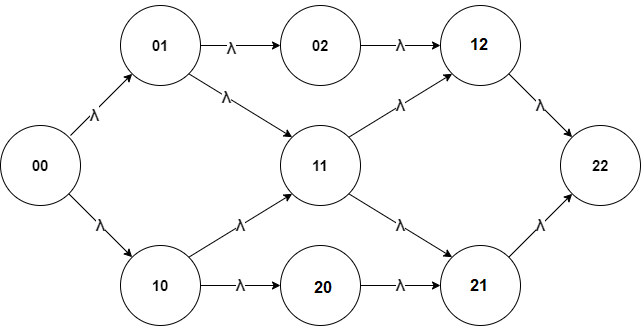
Before: ctmc/imgs/jet_engine.png, a diagram exported from draw.io (cima22/stochastic_modelling_and_simulation). Source tidied: cells renumbered, new cells last; positions are measured from the earlier drawing's top-left corner, leaving out a move shared by most shapes.
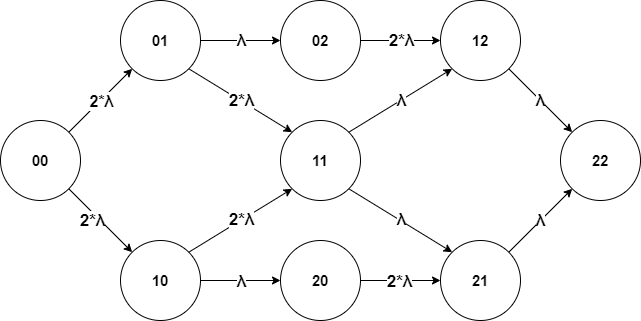
Later version of the same file.

Diff of the diagram source:
```diff
@@ -11,70 +11,119 @@
     <mxCell id="4" value="&lt;font style=&quot;font-size: 15px&quot;&gt;&lt;b&gt;10&lt;/b&gt;&lt;/font&gt;" style="ellipse;whiteSpace=wrap;html=1;" parent="1" vertex="1">
       <mxGeometry x="120" y="240" width="80" height="80" as="geometry" />
     </mxCell>
+    <mxCell id="26" value="&lt;font style=&quot;font-size: 15px&quot;&gt;&lt;b&gt;02&lt;/b&gt;&lt;/font&gt;" style="ellipse;whiteSpace=wrap;html=1;" parent="1" vertex="1">
+      <mxGeometry x="280" width="80" height="80" as="geometry" />
+    </mxCell>
+    <mxCell id="27" value="&lt;font style=&quot;font-size: 15px&quot;&gt;&lt;b&gt;20&lt;/b&gt;&lt;/font&gt;" style="ellipse;whiteSpace=wrap;html=1;" parent="1" vertex="1">
+      <mxGeometry x="280" y="240" width="80" height="80" as="geometry" />
+    </mxCell>
+    <mxCell id="10" value="&lt;font style=&quot;font-size: 15px&quot;&gt;&lt;b&gt;12&lt;/b&gt;&lt;/font&gt;" style="ellipse;whiteSpace=wrap;html=1;" parent="1" vertex="1">
+      <mxGeometry x="440" width="80" height="80" as="geometry" />
+    </mxCell>
+    <mxCell id="9" value="&lt;font style=&quot;font-size: 15px&quot;&gt;&lt;b&gt;21&lt;/b&gt;&lt;/font&gt;" style="ellipse;whiteSpace=wrap;html=1;" parent="1" vertex="1">
+      <mxGeometry x="440" y="240" width="80" height="80" as="geometry" />
+    </mxCell>
+    <mxCell id="8" value="&lt;font style=&quot;font-size: 15px&quot;&gt;&lt;b&gt;22&lt;/b&gt;&lt;/font&gt;" style="ellipse;whiteSpace=wrap;html=1;" parent="1" vertex="1">
+      <mxGeometry x="560" y="120" width="80" height="80" as="geometry" />
+    </mxCell>
     <mxCell id="5" value="&lt;font style=&quot;font-size: 15px&quot;&gt;&lt;b&gt;11&lt;/b&gt;&lt;/font&gt;" style="ellipse;whiteSpace=wrap;html=1;" parent="1" vertex="1">
       <mxGeometry x="280" y="120" width="80" height="80" as="geometry" />
     </mxCell>
-    <mxCell id="6" value="&lt;font style=&quot;font-size: 15px&quot;&gt;&lt;b&gt;02&lt;/b&gt;&lt;/font&gt;" style="ellipse;whiteSpace=wrap;html=1;" parent="1" vertex="1">
-      <mxGeometry x="280" width="80" height="80" as="geometry" />
-    </mxCell>
-    <mxCell id="7" value="&lt;font style=&quot;font-size: 15px&quot;&gt;&lt;b&gt;02&lt;/b&gt;&lt;/font&gt;" style="ellipse;whiteSpace=wrap;html=1;" parent="1" vertex="1">
-      <mxGeometry x="280" y="240" width="80" height="80" as="geometry" />
-    </mxCell>
-    <mxCell id="8" value="&lt;font style=&quot;font-size: 15px&quot;&gt;&lt;b&gt;22&lt;/b&gt;&lt;/font&gt;" style="ellipse;whiteSpace=wrap;html=1;" parent="1" vertex="1">
-      <mxGeometry x="560" y="120" width="80" height="80" as="geometry" />
-    </mxCell>
-    <mxCell id="9" value="&lt;font style=&quot;font-size: 15px&quot;&gt;&lt;b&gt;21&lt;/b&gt;&lt;/font&gt;" style="ellipse;whiteSpace=wrap;html=1;" parent="1" vertex="1">
-      <mxGeometry x="440" width="80" height="80" as="geometry" />
-    </mxCell>
-    <mxCell id="10" value="&lt;font style=&quot;font-size: 15px&quot;&gt;&lt;b&gt;12&lt;/b&gt;&lt;/font&gt;" style="ellipse;whiteSpace=wrap;html=1;" parent="1" vertex="1">
-      <mxGeometry x="440" y="240" width="80" height="80" as="geometry" />
-    </mxCell>
-    <mxCell id="11" style="endArrow=classic;html=1;rounded=0;fontSize=15;entryX=0;entryY=1;entryDx=0;entryDy=0;" parent="1" edge="1" target="3">
-      <mxGeometry relative="1" as="geometry">
-        <mxPoint x="70" y="130" as="sourcePoint" />
-      </mxGeometry>
-    </mxCell>
-    <mxCell id="12" value="&lt;span style=&quot;color: rgb(32 , 33 , 34) ; font-family: sans-serif&quot;&gt;&lt;span title=&quot;Greek-language text&quot;&gt;&lt;span lang=&quot;el&quot;&gt;&lt;font style=&quot;font-size: 16px&quot;&gt;λ&lt;/font&gt;&lt;/span&gt;&lt;/span&gt;&lt;/span&gt;" style="edgeLabel;html=1;align=center;verticalAlign=middle;fontSize=15;fontStyle=1;" parent="11" vertex="1">
-      <mxGeometry x="-0.3" y="-2" relative="1" as="geometry" />
-    </mxCell>
+    <mxCell id="28" style="endArrow=classic;html=1;rounded=0;fontSize=15;exitX=1;exitY=0;exitDx=0;exitDy=0;" parent="1" edge="1" source="2" target="3">
+      <mxGeometry relative="1" as="geometry" />
+    </mxCell>
+    <mxCell id="29" value="&lt;span lang=&quot;el&quot;&gt;&lt;font style=&quot;font-size: 16px&quot;&gt;&lt;b&gt;2*λ&lt;/b&gt;&lt;/font&gt;&lt;/span&gt;" style="edgeLabel;html=1;align=center;verticalAlign=middle;fontSize=15;" parent="28" vertex="1">
+      <mxGeometry x="0.39" y="1" relative="1" as="geometry">
+        <mxPoint x="-12" y="14" as="offset" />
+      </mxGeometry>
+    </mxCell>
+    <mxCell id="30" style="endArrow=classic;html=1;rounded=0;fontSize=15;exitX=1;exitY=0.5;exitDx=0;exitDy=0;entryX=0;entryY=0.5;entryDx=0;entryDy=0;" parent="1" edge="1" source="3" target="26">
+      <mxGeometry relative="1" as="geometry" />
+    </mxCell>
+    <mxCell id="31" value="&lt;span lang=&quot;el&quot;&gt;&lt;b&gt;λ&lt;/b&gt;&lt;/span&gt;" style="edgeLabel;html=1;align=center;verticalAlign=middle;fontSize=17;" parent="30" vertex="1">
+      <mxGeometry x="0.4" y="2" relative="1" as="geometry">
+        <mxPoint x="-16" y="2" as="offset" />
+      </mxGeometry>
+    </mxCell>
+    <mxCell id="32" style="endArrow=classic;html=1;rounded=0;fontSize=15;exitX=1;exitY=0.5;exitDx=0;exitDy=0;entryX=0;entryY=0.5;entryDx=0;entryDy=0;" parent="1" edge="1" source="26" target="10">
+      <mxGeometry relative="1" as="geometry" />
+    </mxCell>
+    <mxCell id="33" value="&lt;span lang=&quot;el&quot;&gt;&lt;b&gt;2*λ&lt;/b&gt;&lt;/span&gt;" style="edgeLabel;html=1;align=center;verticalAlign=middle;fontSize=17;" parent="32" vertex="1">
+      <mxGeometry x="0.53" y="2" relative="1" as="geometry">
+        <mxPoint x="-21" y="2" as="offset" />
+      </mxGeometry>
+    </mxCell>
+    <mxCell id="25" style="endArrow=classic;html=1;rounded=0;fontSize=15;exitX=1;exitY=1;exitDx=0;exitDy=0;" parent="1" edge="1" source="10" target="8">
+      <mxGeometry relative="1" as="geometry" />
+    </mxCell>
+    <mxCell id="34" value="&lt;span lang=&quot;el&quot;&gt;&lt;b&gt;λ&lt;/b&gt;&lt;/span&gt;" style="edgeLabel;html=1;align=center;verticalAlign=middle;fontSize=17;" parent="25" vertex="1">
+      <mxGeometry x="0.36" y="-1" relative="1" as="geometry">
+        <mxPoint x="-11" y="-12" as="offset" />
+      </mxGeometry>
+    </mxCell>
-    <mxCell id="13" value="&#10;&#10;&lt;b style=&quot;font-size: 15px; font-style: normal; letter-spacing: normal; text-indent: 0px; text-transform: none; word-spacing: 0px; color: rgb(32, 33, 34); font-family: sans-serif;&quot;&gt;&lt;span title=&quot;Greek-language text&quot;&gt;&lt;span lang=&quot;el&quot;&gt;&lt;font style=&quot;font-size: 16px&quot;&gt;λ&lt;/font&gt;&lt;/span&gt;&lt;/span&gt;&lt;/b&gt;&#10;&#10;" style="endArrow=classic;html=1;rounded=0;fontSize=15;entryX=0;entryY=0;entryDx=0;entryDy=0;exitX=1;exitY=1;exitDx=0;exitDy=0;" parent="1" edge="1" source="2" target="4">
+    <mxCell id="13" style="endArrow=classic;html=1;rounded=0;fontSize=15;exitX=1;exitY=1;exitDx=0;exitDy=0;" parent="1" edge="1" source="2" target="4">
       <mxGeometry relative="1" as="geometry" />
     </mxCell>
-    <mxCell id="14" style="endArrow=classic;html=1;rounded=0;fontSize=15;entryX=0;entryY=0.5;entryDx=0;entryDy=0;exitX=1;exitY=0.5;exitDx=0;exitDy=0;" parent="1" edge="1" source="3" target="6">
-      <mxGeometry relative="1" as="geometry" />
-    </mxCell>
-    <mxCell id="15" value="&lt;b style=&quot;font-size: 15px ; color: rgb(32 , 33 , 34) ; font-family: sans-serif&quot;&gt;&lt;span title=&quot;Greek-language text&quot;&gt;&lt;span lang=&quot;el&quot;&gt;&lt;font style=&quot;font-size: 16px&quot;&gt;λ&lt;/font&gt;&lt;/span&gt;&lt;/span&gt;&lt;/b&gt;" style="edgeLabel;html=1;align=center;verticalAlign=middle;fontSize=16;" parent="14" vertex="1">
-      <mxGeometry x="-0.25" y="-2" relative="1" as="geometry" />
-    </mxCell>
-    <mxCell id="16" value="&#10;&#10;&lt;b style=&quot;font-size: 15px; font-style: normal; letter-spacing: normal; text-indent: 0px; text-transform: none; word-spacing: 0px; color: rgb(32, 33, 34); font-family: sans-serif;&quot;&gt;&lt;span title=&quot;Greek-language text&quot;&gt;&lt;span lang=&quot;el&quot;&gt;&lt;font style=&quot;font-size: 16px&quot;&gt;λ&lt;/font&gt;&lt;/span&gt;&lt;/span&gt;&lt;/b&gt;&#10;&#10;" style="endArrow=classic;html=1;rounded=0;fontSize=15;entryX=0;entryY=0.5;entryDx=0;entryDy=0;exitX=1;exitY=0.5;exitDx=0;exitDy=0;" parent="1" edge="1" source="4" target="7">
-      <mxGeometry relative="1" as="geometry" />
-    </mxCell>
-    <mxCell id="17" value="&#10;&#10;&lt;b style=&quot;font-size: 15px; font-style: normal; letter-spacing: normal; text-indent: 0px; text-transform: none; word-spacing: 0px; color: rgb(32, 33, 34); font-family: sans-serif;&quot;&gt;&lt;span title=&quot;Greek-language text&quot;&gt;&lt;span lang=&quot;el&quot;&gt;&lt;font style=&quot;font-size: 16px&quot;&gt;λ&lt;/font&gt;&lt;/span&gt;&lt;/span&gt;&lt;/b&gt;&#10;&#10;" style="endArrow=classic;html=1;rounded=0;fontSize=15;entryX=0;entryY=0.5;entryDx=0;entryDy=0;exitX=1;exitY=0.5;exitDx=0;exitDy=0;" parent="1" edge="1" source="6" target="9">
-      <mxGeometry relative="1" as="geometry" />
-    </mxCell>
-    <mxCell id="18" value="&#10;&#10;&lt;b style=&quot;font-size: 15px; font-style: normal; letter-spacing: normal; text-indent: 0px; text-transform: none; word-spacing: 0px; color: rgb(32, 33, 34); font-family: sans-serif;&quot;&gt;&lt;span title=&quot;Greek-language text&quot;&gt;&lt;span lang=&quot;el&quot;&gt;&lt;font style=&quot;font-size: 16px&quot;&gt;λ&lt;/font&gt;&lt;/span&gt;&lt;/span&gt;&lt;/b&gt;&#10;&#10;" style="endArrow=classic;html=1;rounded=0;fontSize=15;entryX=0;entryY=0.5;entryDx=0;entryDy=0;exitX=1;exitY=0.5;exitDx=0;exitDy=0;" parent="1" edge="1" source="7" target="10">
-      <mxGeometry relative="1" as="geometry" />
-    </mxCell>
+    <mxCell id="35" value="&lt;b&gt;2*&lt;span lang=&quot;el&quot;&gt;λ&lt;/span&gt;&lt;/b&gt;" style="edgeLabel;html=1;align=center;verticalAlign=middle;fontSize=17;" parent="13" vertex="1">
+      <mxGeometry x="-0.28" y="1" relative="1" as="geometry">
+        <mxPoint y="10" as="offset" />
+      </mxGeometry>
+    </mxCell>
+    <mxCell id="36" style="endArrow=classic;html=1;rounded=0;fontSize=15;exitX=1;exitY=0.5;exitDx=0;exitDy=0;" parent="1" edge="1" source="4" target="27">
+      <mxGeometry relative="1" as="geometry" />
+    </mxCell>
+    <mxCell id="37" value="&lt;span lang=&quot;el&quot;&gt;&lt;b&gt;λ&lt;/b&gt;&lt;/span&gt;" style="edgeLabel;html=1;align=center;verticalAlign=middle;fontSize=17;" parent="36" vertex="1">
+      <mxGeometry x="-0.28" y="-1" relative="1" as="geometry">
+        <mxPoint x="11" as="offset" />
+      </mxGeometry>
+    </mxCell>
+    <mxCell id="38" style="endArrow=classic;html=1;rounded=0;fontSize=15;exitX=1;exitY=0.5;exitDx=0;exitDy=0;" parent="1" edge="1" source="27" target="9">
+      <mxGeometry relative="1" as="geometry" />
+    </mxCell>
+    <mxCell id="39" value="&lt;span lang=&quot;el&quot;&gt;&lt;b&gt;2*λ&lt;/b&gt;&lt;/span&gt;" style="edgeLabel;html=1;align=center;verticalAlign=middle;fontSize=17;" parent="38" vertex="1">
+      <mxGeometry x="-0.4" y="-5" relative="1" as="geometry">
+        <mxPoint x="14" y="-4" as="offset" />
+      </mxGeometry>
+    </mxCell>
+    <mxCell id="24" style="endArrow=classic;html=1;rounded=0;fontSize=15;exitX=1;exitY=0;exitDx=0;exitDy=0;entryX=0;entryY=1;entryDx=0;entryDy=0;" parent="1" edge="1" source="9" target="8">
+      <mxGeometry relative="1" as="geometry" />
+    </mxCell>
+    <mxCell id="40" value="&lt;span lang=&quot;el&quot;&gt;&lt;b&gt;λ&lt;/b&gt;&lt;/span&gt;" style="edgeLabel;html=1;align=center;verticalAlign=middle;fontSize=17;" parent="24" vertex="1">
+      <mxGeometry x="0.35" relative="1" as="geometry">
+        <mxPoint x="-11" y="11" as="offset" />
+      </mxGeometry>
+    </mxCell>
-    <mxCell id="19" style="endArrow=classic;html=1;rounded=0;fontSize=15;entryX=0;entryY=0;entryDx=0;entryDy=0;exitX=1;exitY=1;exitDx=0;exitDy=0;" parent="1" edge="1" source="3" target="5">
+    <mxCell id="19" style="endArrow=classic;html=1;rounded=0;fontSize=15;exitX=1;exitY=1;exitDx=0;exitDy=0;entryX=0;entryY=0;entryDx=0;entryDy=0;" parent="1" edge="1" source="3" target="5">
       <mxGeometry relative="1" as="geometry" />
     </mxCell>
-    <mxCell id="20" value="&lt;b style=&quot;font-size: 15px ; color: rgb(32 , 33 , 34) ; font-family: sans-serif&quot;&gt;&lt;span title=&quot;Greek-language text&quot;&gt;&lt;span lang=&quot;el&quot;&gt;&lt;font style=&quot;font-size: 16px&quot;&gt;λ&lt;/font&gt;&lt;/span&gt;&lt;/span&gt;&lt;/b&gt;" style="edgeLabel;html=1;align=center;verticalAlign=middle;fontSize=16;" parent="19" vertex="1">
-      <mxGeometry x="-0.27" relative="1" as="geometry" />
-    </mxCell>
+    <mxCell id="41" value="&lt;span lang=&quot;el&quot;&gt;&lt;b&gt;2*λ&lt;/b&gt;&lt;/span&gt;" style="edgeLabel;html=1;align=center;verticalAlign=middle;fontSize=17;" parent="19" vertex="1">
+      <mxGeometry x="-0.23" y="2" relative="1" as="geometry">
+        <mxPoint x="11" y="9" as="offset" />
+      </mxGeometry>
+    </mxCell>
-    <mxCell id="21" value="&#10;&#10;&lt;b style=&quot;font-size: 15px; font-style: normal; letter-spacing: normal; text-indent: 0px; text-transform: none; word-spacing: 0px; color: rgb(32, 33, 34); font-family: sans-serif;&quot;&gt;&lt;span title=&quot;Greek-language text&quot;&gt;&lt;span lang=&quot;el&quot;&gt;&lt;font style=&quot;font-size: 16px&quot;&gt;λ&lt;/font&gt;&lt;/span&gt;&lt;/span&gt;&lt;/b&gt;&#10;&#10;" style="endArrow=classic;html=1;rounded=0;fontSize=15;entryX=0;entryY=1;entryDx=0;entryDy=0;exitX=1;exitY=0;exitDx=0;exitDy=0;" parent="1" edge="1" source="4" target="5">
+    <mxCell id="21" style="endArrow=classic;html=1;rounded=0;fontSize=15;exitX=1;exitY=0;exitDx=0;exitDy=0;entryX=0;entryY=1;entryDx=0;entryDy=0;" parent="1" edge="1" source="4" target="5">
       <mxGeometry relative="1" as="geometry" />
     </mxCell>
+    <mxCell id="42" value="&lt;b&gt;2*&lt;span lang=&quot;el&quot;&gt;λ&lt;/span&gt;&lt;/b&gt;" style="edgeLabel;html=1;align=center;verticalAlign=middle;fontSize=17;" parent="21" vertex="1">
+      <mxGeometry x="0.25" relative="1" as="geometry">
+        <mxPoint x="-13" y="8" as="offset" />
+      </mxGeometry>
+    </mxCell>
+    <mxCell id="23" style="endArrow=classic;html=1;rounded=0;fontSize=15;exitX=1;exitY=0;exitDx=0;exitDy=0;entryX=0;entryY=1;entryDx=0;entryDy=0;" parent="1" edge="1" source="5" target="10">
+      <mxGeometry relative="1" as="geometry" />
+    </mxCell>
+    <mxCell id="43" value="&lt;span lang=&quot;el&quot;&gt;&lt;b&gt;λ&lt;/b&gt;&lt;/span&gt;" style="edgeLabel;html=1;align=center;verticalAlign=middle;fontSize=17;" parent="23" vertex="1">
+      <mxGeometry x="0.21" relative="1" as="geometry">
+        <mxPoint x="-11" y="7" as="offset" />
+      </mxGeometry>
+    </mxCell>
-    <mxCell id="22" value="&#10;&#10;&lt;b style=&quot;font-size: 15px; font-style: normal; letter-spacing: normal; text-indent: 0px; text-transform: none; word-spacing: 0px; color: rgb(32, 33, 34); font-family: sans-serif;&quot;&gt;&lt;span title=&quot;Greek-language text&quot;&gt;&lt;span lang=&quot;el&quot;&gt;&lt;font style=&quot;font-size: 16px&quot;&gt;λ&lt;/font&gt;&lt;/span&gt;&lt;/span&gt;&lt;/b&gt;&#10;&#10;" style="endArrow=classic;html=1;rounded=0;fontSize=15;entryX=0;entryY=1;entryDx=0;entryDy=0;exitX=1;exitY=0;exitDx=0;exitDy=0;" parent="1" edge="1" source="5" target="9">
+    <mxCell id="22" style="endArrow=classic;html=1;rounded=0;fontSize=15;exitX=1;exitY=1;exitDx=0;exitDy=0;entryX=0;entryY=0;entryDx=0;entryDy=0;" parent="1" edge="1" source="5" target="9">
       <mxGeometry relative="1" as="geometry" />
     </mxCell>
-    <mxCell id="23" value="&#10;&#10;&lt;b style=&quot;font-size: 15px; font-style: normal; letter-spacing: normal; text-indent: 0px; text-transform: none; word-spacing: 0px; color: rgb(32, 33, 34); font-family: sans-serif;&quot;&gt;&lt;span title=&quot;Greek-language text&quot;&gt;&lt;span lang=&quot;el&quot;&gt;&lt;font style=&quot;font-size: 16px&quot;&gt;λ&lt;/font&gt;&lt;/span&gt;&lt;/span&gt;&lt;/b&gt;&#10;&#10;" style="endArrow=classic;html=1;rounded=0;fontSize=15;entryX=0;entryY=0;entryDx=0;entryDy=0;exitX=1;exitY=1;exitDx=0;exitDy=0;" parent="1" edge="1" source="5" target="10">
-      <mxGeometry relative="1" as="geometry" />
-    </mxCell>
-    <mxCell id="24" value="&#10;&#10;&lt;b style=&quot;font-size: 15px; font-style: normal; letter-spacing: normal; text-indent: 0px; text-transform: none; word-spacing: 0px; color: rgb(32, 33, 34); font-family: sans-serif;&quot;&gt;&lt;span title=&quot;Greek-language text&quot;&gt;&lt;span lang=&quot;el&quot;&gt;&lt;font style=&quot;font-size: 16px&quot;&gt;λ&lt;/font&gt;&lt;/span&gt;&lt;/span&gt;&lt;/b&gt;&#10;&#10;" style="endArrow=classic;html=1;rounded=0;fontSize=15;entryX=0;entryY=0;entryDx=0;entryDy=0;exitX=1;exitY=1;exitDx=0;exitDy=0;" parent="1" edge="1" source="9" target="8">
-      <mxGeometry relative="1" as="geometry" />
-    </mxCell>
-    <mxCell id="25" value="&#10;&#10;&lt;b style=&quot;font-size: 15px; font-style: normal; letter-spacing: normal; text-indent: 0px; text-transform: none; word-spacing: 0px; color: rgb(32, 33, 34); font-family: sans-serif;&quot;&gt;&lt;span title=&quot;Greek-language text&quot;&gt;&lt;span lang=&quot;el&quot;&gt;&lt;font style=&quot;font-size: 16px&quot;&gt;λ&lt;/font&gt;&lt;/span&gt;&lt;/span&gt;&lt;/b&gt;&#10;&#10;" style="endArrow=classic;html=1;rounded=0;fontSize=15;entryX=0;entryY=1;entryDx=0;entryDy=0;exitX=1;exitY=0;exitDx=0;exitDy=0;" parent="1" edge="1" source="10" target="8">
-      <mxGeometry relative="1" as="geometry" />
-    </mxCell>
+    <mxCell id="44" value="&lt;span lang=&quot;el&quot;&gt;&lt;b&gt;λ&lt;/b&gt;&lt;/span&gt;" style="edgeLabel;html=1;align=center;verticalAlign=middle;fontSize=17;" parent="22" vertex="1">
+      <mxGeometry x="0.47" relative="1" as="geometry">
+        <mxPoint x="-24" y="-15" as="offset" />
+      </mxGeometry>
+    </mxCell>
   </root>
 </mxGraphModel>
```
